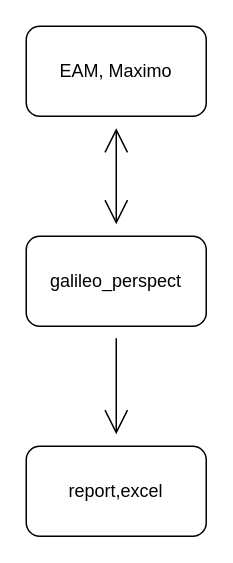
Before: 云端透视.drawio in tonyleifang/tony, a draw.io diagram. Source tidied: cells renumbered, new cells numbered last; positions are measured from the earlier drawing's top-left corner, leaving out a move shared by most shapes. Both pictures are drawn from the tidied source at 150%, with x=0, y=0 at pixel (26, 26).
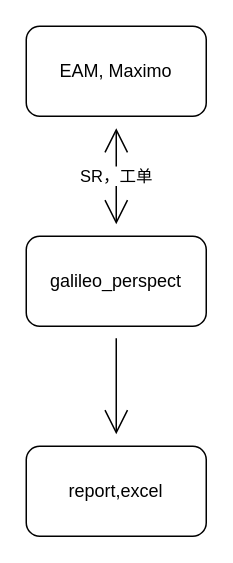
Above is the later version.

Commit message (it also covers changes not shown here):
更新云端透视.drawio

The edit, as a diff of the source:
```diff
@@
 <mxGraphModel>
   <root>
     <mxCell id="0" />
     <mxCell id="1" parent="0" />
     <mxCell id="2" style="edgeStyle=none;curved=1;rounded=0;jettySize=auto;html=1;endArrow=open;startSize=14;endSize=14;sourcePerimeterSpacing=8;targetPerimeterSpacing=8;" parent="1" edge="1" source="4" target="5">
       <mxGeometry relative="1" as="geometry" />
     </mxCell>
-    <mxCell id="3" style="edgeStyle=none;curved=1;rounded=0;jettySize=auto;html=1;endArrow=open;startSize=14;endSize=14;sourcePerimeterSpacing=8;targetPerimeterSpacing=8;startArrow=open;startFill=0;" parent="1" edge="1" source="4" target="6">
+    <mxCell id="3" value="SR，工单" style="edgeStyle=none;curved=1;rounded=0;jettySize=auto;html=1;endArrow=open;startSize=14;endSize=14;sourcePerimeterSpacing=8;targetPerimeterSpacing=8;startArrow=open;startFill=0;" parent="1" edge="1" source="4" target="6">
       <mxGeometry relative="1" as="geometry" />
     </mxCell>
     <mxCell id="4" value="galileo_perspect" style="rounded=1;whiteSpace=wrap;html=1;hachureGap=4;" parent="1" vertex="1">
       <mxGeometry y="140" width="120" height="60" as="geometry" />
     </mxCell>
     <mxCell id="5" value="report,excel" style="rounded=1;whiteSpace=wrap;html=1;hachureGap=4;" parent="1" vertex="1">
       <mxGeometry y="280" width="120" height="60" as="geometry" />
     </mxCell>
     <mxCell id="6" value="EAM, Maximo" style="rounded=1;whiteSpace=wrap;html=1;hachureGap=4;" parent="1" vertex="1">
       <mxGeometry width="120" height="60" as="geometry" />
     </mxCell>
   </root>
 </mxGraphModel>
```
